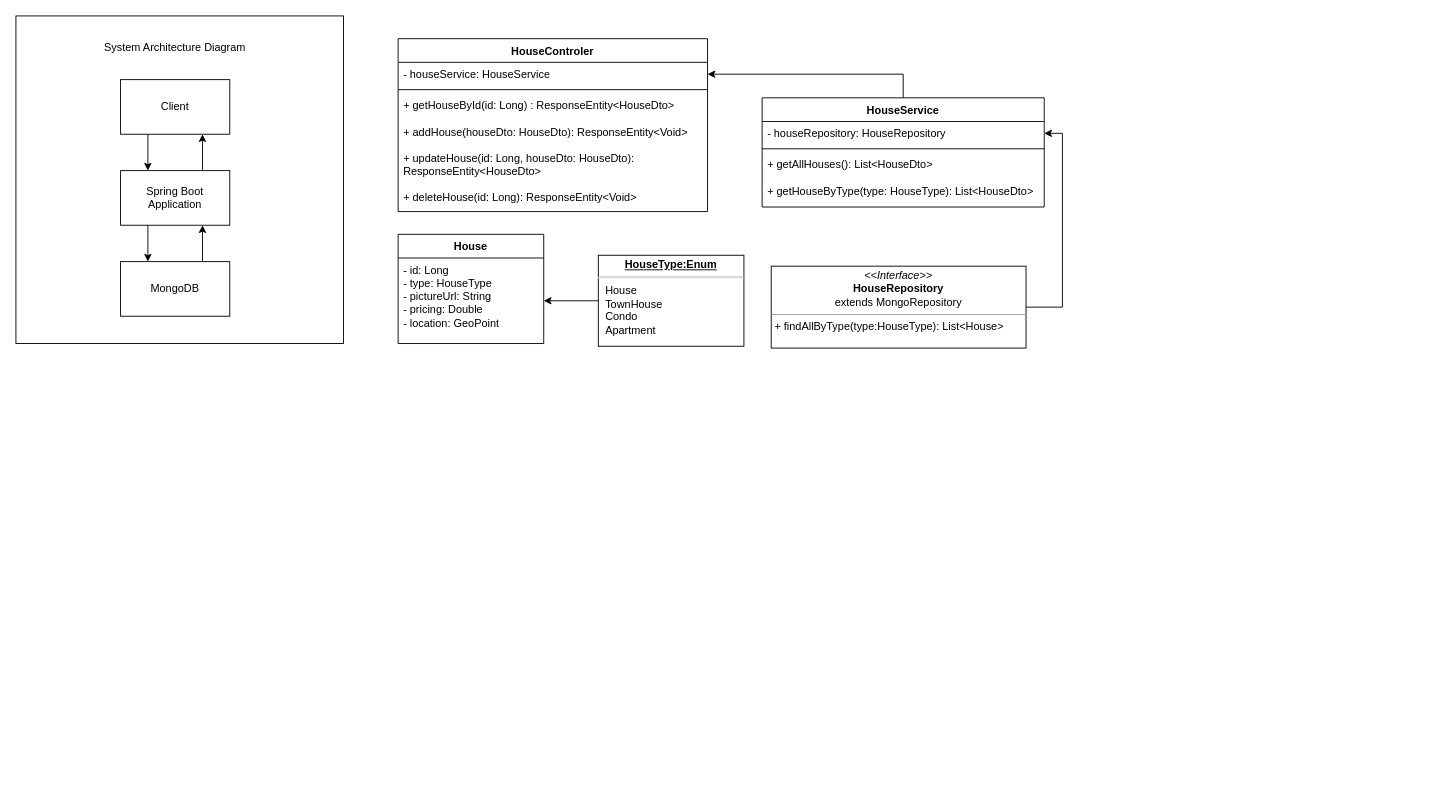
burtlau/Homes keeps this draw.io diagram as Homes.drawio. Above is the earlier version. Source tidied: cells renumbered, new cells numbered last; positions are measured from the earlier drawing's top-left corner, leaving out a move shared by most shapes. Both pictures are drawn from the tidied source at 91%, with x=0, y=0 at pixel (15, 15).
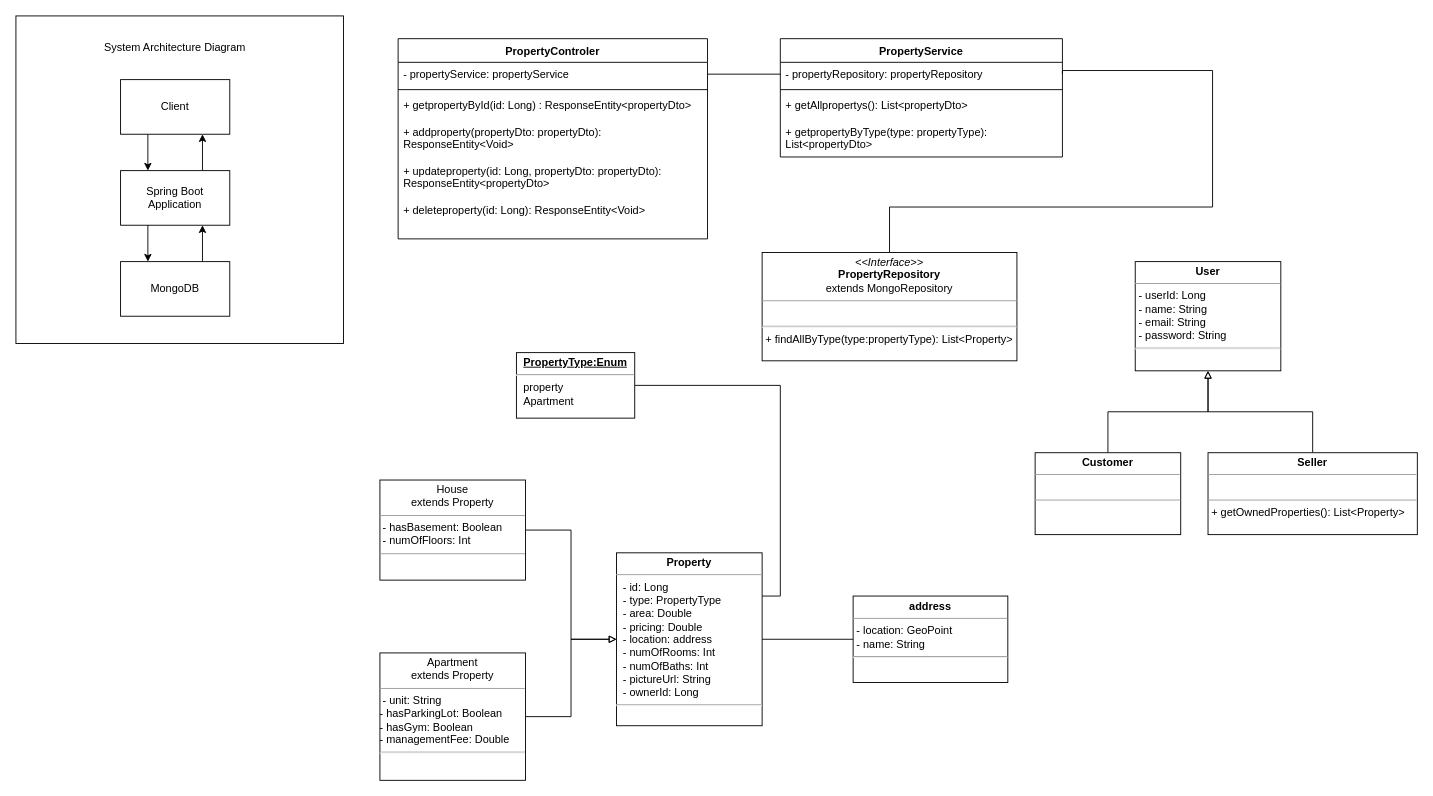
The same page after the edit.

Diff of the diagram source:
```diff
@@
-    <mxCell id="12" value="HouseControler" style="swimlane;fontStyle=1;align=center;verticalAlign=top;horizontal=1;startSize=26;whiteSpace=wrap;html=1;" parent="1" vertex="1">
-      <mxGeometry x="420" y="25" width="340" height="190" as="geometry" />
+    <mxCell id="12" value="PropertyControler" style="swimlane;fontStyle=1;align=center;verticalAlign=top;horizontal=1;startSize=26;whiteSpace=wrap;html=1;" parent="1" vertex="1">
+      <mxGeometry x="420" y="25" width="340" height="220" as="geometry" />
     </mxCell>
-    <mxCell id="13" value="- houseService: HouseService" style="text;strokeColor=none;fillColor=none;align=left;verticalAlign=top;spacingLeft=4;spacingRight=4;overflow=hidden;points=[[0,0.5],[1,0.5]];portConstraint=eastwest;whiteSpace=wrap;html=1;" parent="12" vertex="1">
+    <mxCell id="13" value="- propertyService: propertyService" style="text;strokeColor=none;fillColor=none;align=left;verticalAlign=top;spacingLeft=4;spacingRight=4;overflow=hidden;points=[[0,0.5],[1,0.5]];portConstraint=eastwest;whiteSpace=wrap;html=1;" parent="12" vertex="1">
       <mxGeometry y="26" width="340" height="26" as="geometry" />
     </mxCell>
@@
-    <mxCell id="15" value="+ getHouseById(id: Long) : ResponseEntity&amp;lt;HouseDto&amp;gt;&lt;br&gt;&lt;br&gt;+ addHouse(houseDto: HouseDto): ResponseEntity&amp;lt;Void&amp;gt;&lt;br&gt;&lt;br&gt;+ updateHouse(id: Long, houseDto: HouseDto):&amp;nbsp;&lt;br&gt;ResponseEntity&amp;lt;HouseDto&amp;gt;&lt;br&gt;&lt;br&gt;+ deleteHouse(id: Long): ResponseEntity&amp;lt;Void&amp;gt;" style="text;strokeColor=none;fillColor=none;align=left;verticalAlign=top;spacingLeft=4;spacingRight=4;overflow=hidden;whiteSpace=wrap;html=1;" parent="12" vertex="1">
-      <mxGeometry y="60" width="340" height="130" as="geometry" />
+    <mxCell id="15" value="+ getpropertyById(id: Long) : ResponseEntity&amp;lt;propertyDto&amp;gt;&lt;br&gt;&lt;br&gt;+ addproperty(propertyDto: propertyDto): ResponseEntity&amp;lt;Void&amp;gt;&lt;br&gt;&lt;br&gt;+ updateproperty(id: Long, propertyDto: propertyDto):&amp;nbsp;&lt;br&gt;ResponseEntity&amp;lt;propertyDto&amp;gt;&lt;br&gt;&lt;br&gt;+ deleteproperty(id: Long): ResponseEntity&amp;lt;Void&amp;gt;" style="text;strokeColor=none;fillColor=none;align=left;verticalAlign=top;spacingLeft=4;spacingRight=4;overflow=hidden;whiteSpace=wrap;html=1;" parent="12" vertex="1">
+      <mxGeometry y="60" width="340" height="160" as="geometry" />
     </mxCell>
-    <mxCell id="16" value="House" style="swimlane;fontStyle=1;align=center;verticalAlign=top;horizontal=1;startSize=26;whiteSpace=wrap;html=1;" parent="1" vertex="1">
-      <mxGeometry x="420" y="240" width="160" height="120" as="geometry" />
-    </mxCell>
-    <mxCell id="17" value="- id: Long&lt;br&gt;- type: HouseType&lt;br&gt;- pictureUrl: String&lt;br&gt;- pricing: Double&lt;br&gt;- location: GeoPoint" style="text;strokeColor=none;fillColor=none;align=left;verticalAlign=top;spacingLeft=4;spacingRight=4;overflow=hidden;points=[[0,0.5],[1,0.5]];portConstraint=eastwest;whiteSpace=wrap;html=1;" parent="16" vertex="1">
-      <mxGeometry y="26" width="160" height="94" as="geometry" />
-    </mxCell>
-    <mxCell id="18" style="edgeStyle=orthogonalEdgeStyle;rounded=0;jettySize=auto;html=1;exitX=0.5;exitY=0;exitDx=0;exitDy=0;entryX=1;entryY=0.5;entryDx=0;entryDy=0;" parent="1" edge="1" source="19" target="13">
-      <mxGeometry relative="1" as="geometry" />
-    </mxCell>
-    <mxCell id="19" value="HouseService" style="swimlane;fontStyle=1;align=center;verticalAlign=top;horizontal=1;startSize=26;whiteSpace=wrap;html=1;" parent="1" vertex="1">
-      <mxGeometry x="820" y="90" width="310" height="120" as="geometry" />
+    <mxCell id="19" value="PropertyService" style="swimlane;fontStyle=1;align=center;verticalAlign=top;horizontal=1;startSize=26;whiteSpace=wrap;html=1;" parent="1" vertex="1">
+      <mxGeometry x="840" y="25" width="310" height="130" as="geometry" />
     </mxCell>
-    <mxCell id="20" value="- houseRepository: HouseRepository" style="text;strokeColor=none;fillColor=none;align=left;verticalAlign=top;spacingLeft=4;spacingRight=4;overflow=hidden;points=[[0,0.5],[1,0.5]];portConstraint=eastwest;whiteSpace=wrap;html=1;" parent="19" vertex="1">
+    <mxCell id="20" value="- propertyRepository: propertyRepository" style="text;strokeColor=none;fillColor=none;align=left;verticalAlign=top;spacingLeft=4;spacingRight=4;overflow=hidden;points=[[0,0.5],[1,0.5]];portConstraint=eastwest;whiteSpace=wrap;html=1;" parent="19" vertex="1">
       <mxGeometry y="26" width="310" height="26" as="geometry" />
     </mxCell>
@@
-    <mxCell id="22" value="+ getAllHouses(): List&amp;lt;HouseDto&amp;gt;&lt;br&gt;&lt;br&gt;+ getHouseByType(type: HouseType): List&amp;lt;HouseDto&amp;gt;" style="text;strokeColor=none;fillColor=none;align=left;verticalAlign=top;spacingLeft=4;spacingRight=4;overflow=hidden;whiteSpace=wrap;html=1;" parent="19" vertex="1">
-      <mxGeometry y="60" width="310" height="60" as="geometry" />
+    <mxCell id="22" value="+ getAllpropertys(): List&amp;lt;propertyDto&amp;gt;&lt;br&gt;&lt;br&gt;+ getpropertyByType(type: propertyType): List&amp;lt;propertyDto&amp;gt;" style="text;strokeColor=none;fillColor=none;align=left;verticalAlign=top;spacingLeft=4;spacingRight=4;overflow=hidden;whiteSpace=wrap;html=1;" parent="19" vertex="1">
+      <mxGeometry y="60" width="310" height="70" as="geometry" />
     </mxCell>
-    <mxCell id="23" style="edgeStyle=orthogonalEdgeStyle;rounded=0;jettySize=auto;html=1;exitX=0;exitY=0.5;exitDx=0;exitDy=0;entryX=1;entryY=0.5;entryDx=0;entryDy=0;" parent="1" edge="1" source="24" target="17">
-      <mxGeometry relative="1" as="geometry" />
-    </mxCell>
+    <mxCell id="27" style="edgeStyle=orthogonalEdgeStyle;rounded=0;jettySize=auto;html=1;exitX=1;exitY=0.5;exitDx=0;exitDy=0;entryX=1;entryY=0.25;entryDx=0;entryDy=0;endArrow=none;endFill=0;" parent="1" edge="1" source="24" target="28">
+      <mxGeometry relative="1" as="geometry">
+        <Array as="points">
+          <mxPoint x="840" y="406" />
+          <mxPoint x="840" y="638" />
+        </Array>
+      </mxGeometry>
+    </mxCell>
-    <mxCell id="24" value="&lt;p style=&quot;margin:0px;margin-top:4px;text-align:center;text-decoration:underline;&quot;&gt;&lt;b&gt;HouseType:Enum&lt;/b&gt;&lt;/p&gt;&lt;hr&gt;&lt;p style=&quot;margin:0px;margin-left:8px;&quot;&gt;House&lt;/p&gt;&lt;p style=&quot;margin:0px;margin-left:8px;&quot;&gt;TownHouse&lt;/p&gt;&lt;p style=&quot;margin:0px;margin-left:8px;&quot;&gt;Condo&lt;/p&gt;&lt;p style=&quot;margin:0px;margin-left:8px;&quot;&gt;Apartment&lt;/p&gt;" style="verticalAlign=top;align=left;overflow=fill;fontSize=12;fontFamily=Helvetica;html=1;whiteSpace=wrap;" parent="1" vertex="1">
-      <mxGeometry x="640" y="263" width="160" height="100" as="geometry" />
+    <mxCell id="24" value="&lt;p style=&quot;margin:0px;margin-top:4px;text-align:center;text-decoration:underline;&quot;&gt;&lt;b&gt;PropertyType:Enum&lt;/b&gt;&lt;/p&gt;&lt;hr&gt;&lt;p style=&quot;margin:0px;margin-left:8px;&quot;&gt;property&lt;/p&gt;&lt;p style=&quot;margin:0px;margin-left:8px;&quot;&gt;Apartment&lt;/p&gt;" style="verticalAlign=top;align=left;overflow=fill;fontSize=12;fontFamily=Helvetica;html=1;whiteSpace=wrap;" parent="1" vertex="1">
+      <mxGeometry x="550" y="370" width="130" height="72" as="geometry" />
     </mxCell>
-    <mxCell id="25" style="edgeStyle=orthogonalEdgeStyle;rounded=0;jettySize=auto;html=1;exitX=1;exitY=0.5;exitDx=0;exitDy=0;entryX=1;entryY=0.5;entryDx=0;entryDy=0;" parent="1" edge="1" source="26" target="20">
-      <mxGeometry relative="1" as="geometry" />
+    <mxCell id="25" style="edgeStyle=orthogonalEdgeStyle;rounded=0;jettySize=auto;html=1;entryX=1;entryY=0.5;entryDx=0;entryDy=0;endArrow=none;endFill=0;exitX=0.5;exitY=0;exitDx=0;exitDy=0;" parent="1" edge="1" source="26" target="20">
+      <mxGeometry relative="1" as="geometry">
+        <Array as="points">
+          <mxPoint x="960" y="210" />
+          <mxPoint x="1315" y="210" />
+          <mxPoint x="1315" y="60" />
+          <mxPoint x="1150" y="60" />
+        </Array>
+      </mxGeometry>
     </mxCell>
-    <mxCell id="26" value="&lt;p style=&quot;margin:0px;margin-top:4px;text-align:center;&quot;&gt;&lt;i&gt;&amp;lt;&amp;lt;Interface&amp;gt;&amp;gt;&lt;/i&gt;&lt;br&gt;&lt;b&gt;HouseRepository&lt;/b&gt;&lt;br&gt;extends MongoRepository&lt;/p&gt;&lt;hr size=&quot;1&quot;&gt;&lt;p style=&quot;margin:0px;margin-left:4px;&quot;&gt;+ findAllByType(type:HouseType): List&amp;lt;House&amp;gt;&lt;/p&gt;" style="verticalAlign=top;align=left;overflow=fill;fontSize=12;fontFamily=Helvetica;html=1;whiteSpace=wrap;" parent="1" vertex="1">
-      <mxGeometry x="830" y="275" width="280" height="90" as="geometry" />
+    <mxCell id="26" value="&lt;p style=&quot;margin:0px;margin-top:4px;text-align:center;&quot;&gt;&lt;i&gt;&amp;lt;&amp;lt;Interface&amp;gt;&amp;gt;&lt;/i&gt;&lt;br&gt;&lt;b&gt;PropertyRepository&lt;/b&gt;&lt;br&gt;extends MongoRepository&lt;/p&gt;&lt;hr size=&quot;1&quot;&gt;&lt;br&gt;&lt;hr&gt;&lt;p style=&quot;margin:0px;margin-left:4px;&quot;&gt;+ findAllByType(type:propertyType): List&amp;lt;Property&amp;gt;&lt;/p&gt;" style="verticalAlign=top;align=left;overflow=fill;fontSize=12;fontFamily=Helvetica;html=1;whiteSpace=wrap;" parent="1" vertex="1">
+      <mxGeometry x="820" y="260" width="280" height="119" as="geometry" />
     </mxCell>
+    <mxCell id="28" value="&lt;p style=&quot;margin:0px;margin-top:4px;text-align:center;&quot;&gt;&lt;b&gt;Property&lt;/b&gt;&lt;/p&gt;&lt;hr size=&quot;1&quot;&gt;&lt;p style=&quot;margin:0px;margin-left:4px;&quot;&gt;&amp;nbsp;- id: Long&lt;/p&gt;&lt;p style=&quot;margin:0px;margin-left:4px;&quot;&gt;&amp;nbsp;- type: PropertyType&lt;/p&gt;&lt;p style=&quot;margin:0px;margin-left:4px;&quot;&gt;&amp;nbsp;- area: Double&lt;/p&gt;&lt;p style=&quot;margin:0px;margin-left:4px;&quot;&gt;&amp;nbsp;- pricing: Double&lt;/p&gt;&lt;p style=&quot;margin:0px;margin-left:4px;&quot;&gt;&amp;nbsp;- location: address&lt;/p&gt;&lt;p style=&quot;margin:0px;margin-left:4px;&quot;&gt;&amp;nbsp;- numOfRooms: Int&lt;/p&gt;&lt;p style=&quot;margin:0px;margin-left:4px;&quot;&gt;&amp;nbsp;- numOfBaths: Int&lt;/p&gt;&lt;p style=&quot;margin:0px;margin-left:4px;&quot;&gt;&amp;nbsp;- pictureUrl: String&lt;/p&gt;&lt;p style=&quot;margin:0px;margin-left:4px;&quot;&gt;&amp;nbsp;- ownerId: Long&lt;/p&gt;&lt;hr&gt;&lt;p style=&quot;margin:0px;margin-left:4px;&quot;&gt;&lt;br&gt;&lt;/p&gt;&lt;p style=&quot;margin:0px;margin-left:4px;&quot;&gt;&lt;br&gt;&lt;/p&gt;" style="verticalAlign=top;align=left;overflow=fill;fontSize=12;fontFamily=Helvetica;html=1;whiteSpace=wrap;" parent="1" vertex="1">
+      <mxGeometry x="660" y="590" width="160" height="190" as="geometry" />
+    </mxCell>
+    <mxCell id="29" style="edgeStyle=orthogonalEdgeStyle;rounded=0;jettySize=auto;html=1;exitX=0;exitY=0.5;exitDx=0;exitDy=0;entryX=1;entryY=0.5;entryDx=0;entryDy=0;endArrow=none;endFill=0;" parent="1" edge="1" source="30" target="28">
+      <mxGeometry relative="1" as="geometry" />
+    </mxCell>
+    <mxCell id="30" value="&lt;p style=&quot;margin:0px;margin-top:4px;text-align:center;&quot;&gt;&lt;b&gt;address&lt;/b&gt;&lt;/p&gt;&lt;hr size=&quot;1&quot;&gt;&lt;p style=&quot;margin:0px;margin-left:4px;&quot;&gt;- location: GeoPoint&lt;/p&gt;&lt;p style=&quot;margin:0px;margin-left:4px;&quot;&gt;- name: String&lt;/p&gt;&lt;hr&gt;" style="verticalAlign=top;align=left;overflow=fill;fontSize=12;fontFamily=Helvetica;html=1;whiteSpace=wrap;" parent="1" vertex="1">
+      <mxGeometry x="920" y="637.5" width="170" height="95" as="geometry" />
+    </mxCell>
+    <mxCell id="31" style="edgeStyle=orthogonalEdgeStyle;rounded=0;jettySize=auto;html=1;exitX=1;exitY=0.5;exitDx=0;exitDy=0;entryX=0;entryY=0.5;entryDx=0;entryDy=0;endArrow=block;endFill=0;" parent="1" edge="1" source="38" target="28">
+      <mxGeometry relative="1" as="geometry" />
+    </mxCell>
+    <mxCell id="32" style="edgeStyle=orthogonalEdgeStyle;rounded=0;jettySize=auto;html=1;exitX=1;exitY=0.5;exitDx=0;exitDy=0;entryX=0;entryY=0.5;entryDx=0;entryDy=0;endArrow=block;endFill=0;" parent="1" edge="1" source="37" target="28">
+      <mxGeometry relative="1" as="geometry" />
+    </mxCell>
+    <mxCell id="33" style="edgeStyle=orthogonalEdgeStyle;rounded=0;jettySize=auto;html=1;exitX=0;exitY=0.5;exitDx=0;exitDy=0;entryX=1;entryY=0.5;entryDx=0;entryDy=0;endArrow=none;endFill=0;" parent="1" edge="1" source="20" target="13">
+      <mxGeometry relative="1" as="geometry" />
+    </mxCell>
+    <mxCell id="34" value="&lt;p style=&quot;margin:0px;margin-top:4px;text-align:center;&quot;&gt;&lt;b&gt;User&lt;/b&gt;&lt;/p&gt;&lt;hr size=&quot;1&quot;&gt;&lt;p style=&quot;margin:0px;margin-left:4px;&quot;&gt;- userId: Long&lt;/p&gt;&lt;p style=&quot;margin:0px;margin-left:4px;&quot;&gt;- name: String&lt;/p&gt;&lt;p style=&quot;margin:0px;margin-left:4px;&quot;&gt;- email: String&lt;/p&gt;&lt;p style=&quot;margin:0px;margin-left:4px;&quot;&gt;- password: String&lt;/p&gt;&lt;hr&gt;" style="verticalAlign=top;align=left;overflow=fill;fontSize=12;fontFamily=Helvetica;html=1;whiteSpace=wrap;" parent="1" vertex="1">
+      <mxGeometry x="1230" y="270" width="160" height="120" as="geometry" />
+    </mxCell>
+    <mxCell id="35" style="edgeStyle=orthogonalEdgeStyle;rounded=0;jettySize=auto;html=1;exitX=0.5;exitY=0;exitDx=0;exitDy=0;entryX=0.5;entryY=1;entryDx=0;entryDy=0;endArrow=block;endFill=0;" parent="1" edge="1" source="36" target="34">
+      <mxGeometry relative="1" as="geometry" />
+    </mxCell>
+    <mxCell id="36" value="&lt;p style=&quot;margin:0px;margin-top:4px;text-align:center;&quot;&gt;&lt;b&gt;Customer&lt;/b&gt;&lt;/p&gt;&lt;hr size=&quot;1&quot;&gt;&lt;p style=&quot;margin:0px;margin-left:4px;&quot;&gt;&lt;br&gt;&lt;/p&gt;&lt;hr size=&quot;1&quot;&gt;&lt;p style=&quot;margin:0px;margin-left:4px;&quot;&gt;&lt;br&gt;&lt;/p&gt;" style="verticalAlign=top;align=left;overflow=fill;fontSize=12;fontFamily=Helvetica;html=1;whiteSpace=wrap;" parent="1" vertex="1">
+      <mxGeometry x="1120" y="480" width="160" height="90" as="geometry" />
+    </mxCell>
+    <mxCell id="37" value="&lt;p style=&quot;margin:0px;margin-top:4px;text-align:center;&quot;&gt;House&lt;br style=&quot;border-color: var(--border-color); font-weight: 700;&quot;&gt;&lt;font style=&quot;border-color: var(--border-color);&quot;&gt;extends Property&lt;/font&gt;&lt;br&gt;&lt;/p&gt;&lt;hr size=&quot;1&quot;&gt;&amp;nbsp;- hasBasement: Boolean&lt;br style=&quot;border-color: var(--border-color);&quot;&gt;&amp;nbsp;- numOfFloors: Int&lt;br&gt;&lt;hr size=&quot;1&quot;&gt;&lt;p style=&quot;margin:0px;margin-left:4px;&quot;&gt;&lt;br&gt;&lt;/p&gt;" style="verticalAlign=top;align=left;overflow=fill;fontSize=12;fontFamily=Helvetica;html=1;whiteSpace=wrap;" parent="1" vertex="1">
+      <mxGeometry x="400" y="510" width="160" height="110" as="geometry" />
+    </mxCell>
+    <mxCell id="38" value="&lt;p style=&quot;margin:0px;margin-top:4px;text-align:center;&quot;&gt;Apartment&lt;br style=&quot;border-color: var(--border-color); font-weight: 700;&quot;&gt;&lt;font style=&quot;border-color: var(--border-color);&quot;&gt;extends Property&lt;/font&gt;&lt;br&gt;&lt;/p&gt;&lt;hr size=&quot;1&quot;&gt;&amp;nbsp;- unit: String&lt;br style=&quot;border-color: var(--border-color);&quot;&gt;- hasParkingLot: Boolean&lt;br style=&quot;border-color: var(--border-color);&quot;&gt;- hasGym: Boolean&lt;br style=&quot;border-color: var(--border-color);&quot;&gt;- managementFee: Double&lt;hr style=&quot;border-color: var(--border-color);&quot;&gt;&lt;p style=&quot;margin:0px;margin-left:4px;&quot;&gt;&lt;br&gt;&lt;/p&gt;" style="verticalAlign=top;align=left;overflow=fill;fontSize=12;fontFamily=Helvetica;html=1;whiteSpace=wrap;" parent="1" vertex="1">
+      <mxGeometry x="400" y="700" width="160" height="140" as="geometry" />
+    </mxCell>
+    <mxCell id="39" style="edgeStyle=orthogonalEdgeStyle;rounded=0;jettySize=auto;html=1;exitX=0.5;exitY=0;exitDx=0;exitDy=0;endArrow=block;endFill=0;entryX=0.5;entryY=1;entryDx=0;entryDy=0;" parent="1" edge="1" source="40" target="34">
+      <mxGeometry relative="1" as="geometry" />
+    </mxCell>
+    <mxCell id="40" value="&lt;p style=&quot;margin:0px;margin-top:4px;text-align:center;&quot;&gt;&lt;b&gt;Seller&lt;/b&gt;&lt;/p&gt;&lt;hr size=&quot;1&quot;&gt;&lt;p style=&quot;margin:0px;margin-left:4px;&quot;&gt;&lt;br&gt;&lt;/p&gt;&lt;hr size=&quot;1&quot;&gt;&lt;p style=&quot;margin:0px;margin-left:4px;&quot;&gt;+ getOwnedProperties(): List&amp;lt;Property&amp;gt;&lt;/p&gt;" style="verticalAlign=top;align=left;overflow=fill;fontSize=12;fontFamily=Helvetica;html=1;whiteSpace=wrap;" parent="1" vertex="1">
+      <mxGeometry x="1310" y="480" width="230" height="90" as="geometry" />
+    </mxCell>
```
